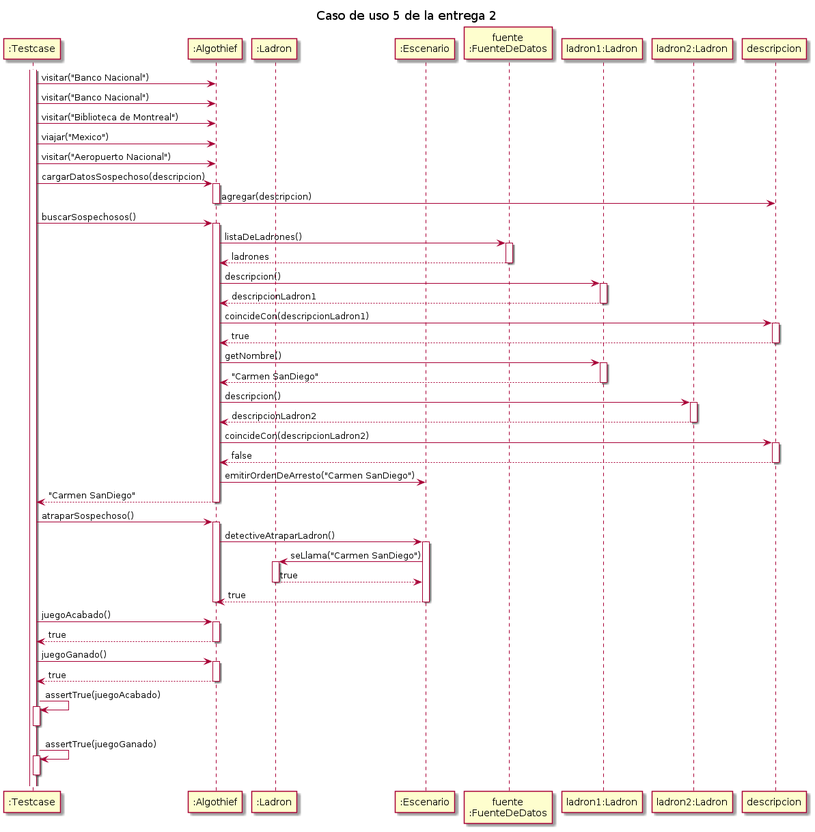
Earlier version of the PlantUML export diagrams/sequences/secuencia_entrega2_testcase05.png (MegaRedHand/algo-thief).
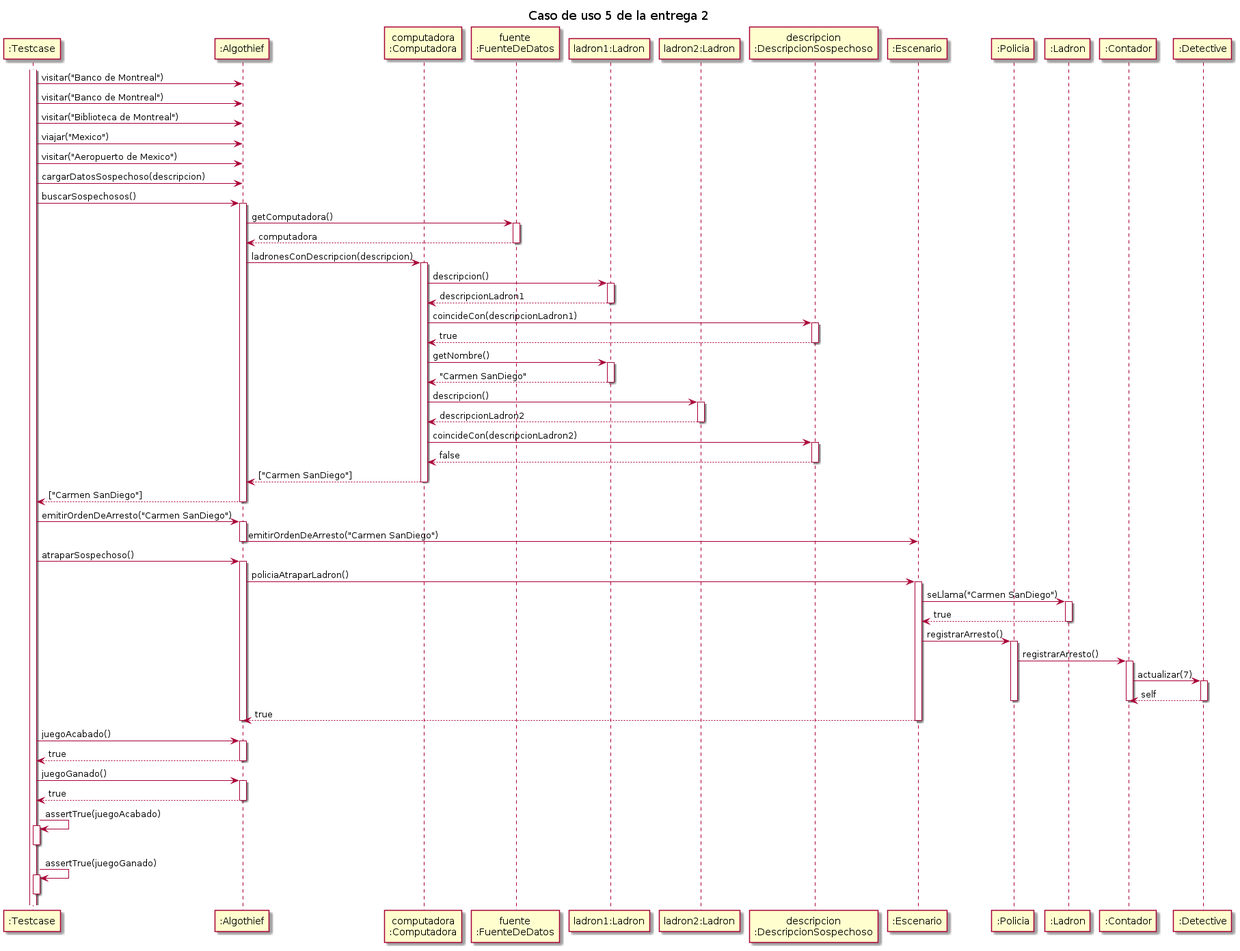
Later version of the same file.

Change to the diagram source:
```diff
@@ -5,56 +5,62 @@
 participant ":Testcase" as testcase
 participant ":Algothief" as algothief
 
-participant ":Ladron" as ladron
-participant ":Escenario" as escenario
+participant "computadora\n:Computadora" as computadora
 participant "fuente\n:FuenteDeDatos" as fuente
 
 participant "ladron1:Ladron" as ladron1
 participant "ladron2:Ladron" as ladron2
+participant "descripcion\n:DescripcionSospechoso" as descripcion
+
+participant ":Escenario" as escenario
+participant ":Policia" as policia
+participant ":Ladron" as ladron
+participant ":Contador" as contador
+participant ":Detective" as rango
 
 activate testcase
-testcase -> algothief: visitar("Banco Nacional")
-testcase -> algothief: visitar("Banco Nacional")
+testcase -> algothief: visitar("Banco de Montreal")
+testcase -> algothief: visitar("Banco de Montreal")
 testcase -> algothief: visitar("Biblioteca de Montreal")
 
 testcase -> algothief: viajar("Mexico")
-testcase -> algothief: visitar("Aeropuerto Nacional")
+testcase -> algothief: visitar("Aeropuerto de Mexico")
 
 testcase -> algothief: cargarDatosSospechoso(descripcion)
-    activate algothief
-    algothief -> descripcion: agregar(descripcion)
-    deactivate algothief
 
-testcase -> algothief: buscarSospechosos()
-    activate algothief
-    algothief -> fuente: listaDeLadrones()
-        activate fuente
-        return ladrones
-    algothief -> ladron1: descripcion()
-            activate ladron1
+testcase -> algothief++: buscarSospechosos()
+    algothief -> fuente++: getComputadora()
+        return computadora
+    algothief -> computadora++: ladronesConDescripcion(descripcion)
+        computadora -> ladron1++: descripcion()
             return descripcionLadron1
-    algothief -> descripcion: coincideCon(descripcionLadron1)
-        activate descripcion
-        return true
-    algothief -> ladron1: getNombre()
-        activate ladron1
-        return "Carmen SanDiego"
-    algothief -> ladron2: descripcion()
-        activate ladron2
-        return descripcionLadron2
-    algothief -> descripcion: coincideCon(descripcionLadron2)
-        activate descripcion
-        return false
-    algothief -> escenario: emitirOrdenDeArresto("Carmen SanDiego")
-    return "Carmen SanDiego"
+        computadora -> descripcion++: coincideCon(descripcionLadron1)
+            return true
+        computadora -> ladron1++: getNombre()
+            return "Carmen SanDiego"
+        computadora -> ladron2++: descripcion()
+            return descripcionLadron2
+        computadora -> descripcion++: coincideCon(descripcionLadron2)
+            return false
+        return ["Carmen SanDiego"]
+    return ["Carmen SanDiego"]
+
+testcase -> algothief++: emitirOrdenDeArresto("Carmen SanDiego")
+    algothief -> escenario--: emitirOrdenDeArresto("Carmen SanDiego")
 
 testcase -> algothief: atraparSospechoso()
     activate algothief
-    algothief -> escenario: detectiveAtraparLadron()
+    algothief -> escenario: policiaAtraparLadron()
         activate escenario
         escenario -> ladron: seLlama("Carmen SanDiego")
             activate ladron
             return true
+        escenario -> policia++: registrarArresto()
+            policia -> contador++: registrarArresto()
+                contador -> rango++: actualizar(7)
+                    return self
+                deactivate
+            deactivate
         return true
     deactivate algothief
 
```
